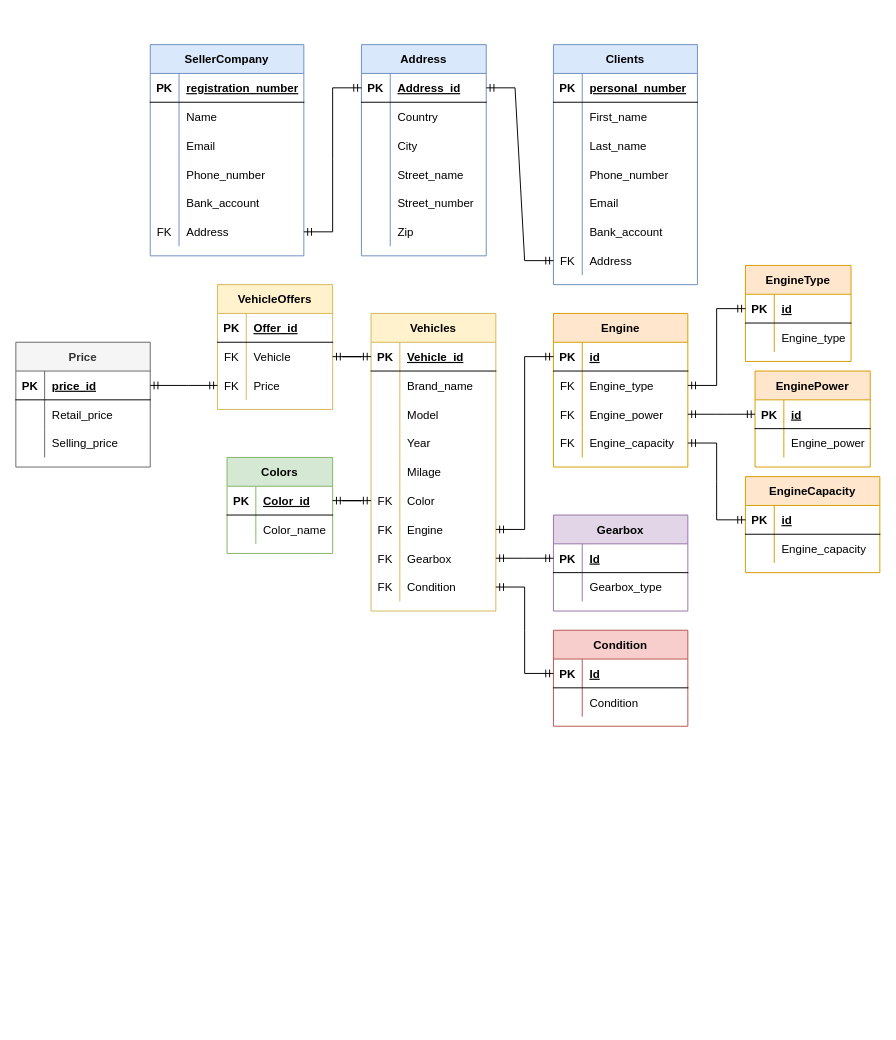
Above: Car Marketplace.drawio in kstekels/Car-Marketplace (draw.io), before the change. Source tidied: cells renumbered, new cells numbered last; positions are measured from the earlier drawing's top-left corner, leaving out a move shared by most shapes. Both pictures are drawn from the tidied source at 96%, with x=0, y=0 at pixel (15, 44).
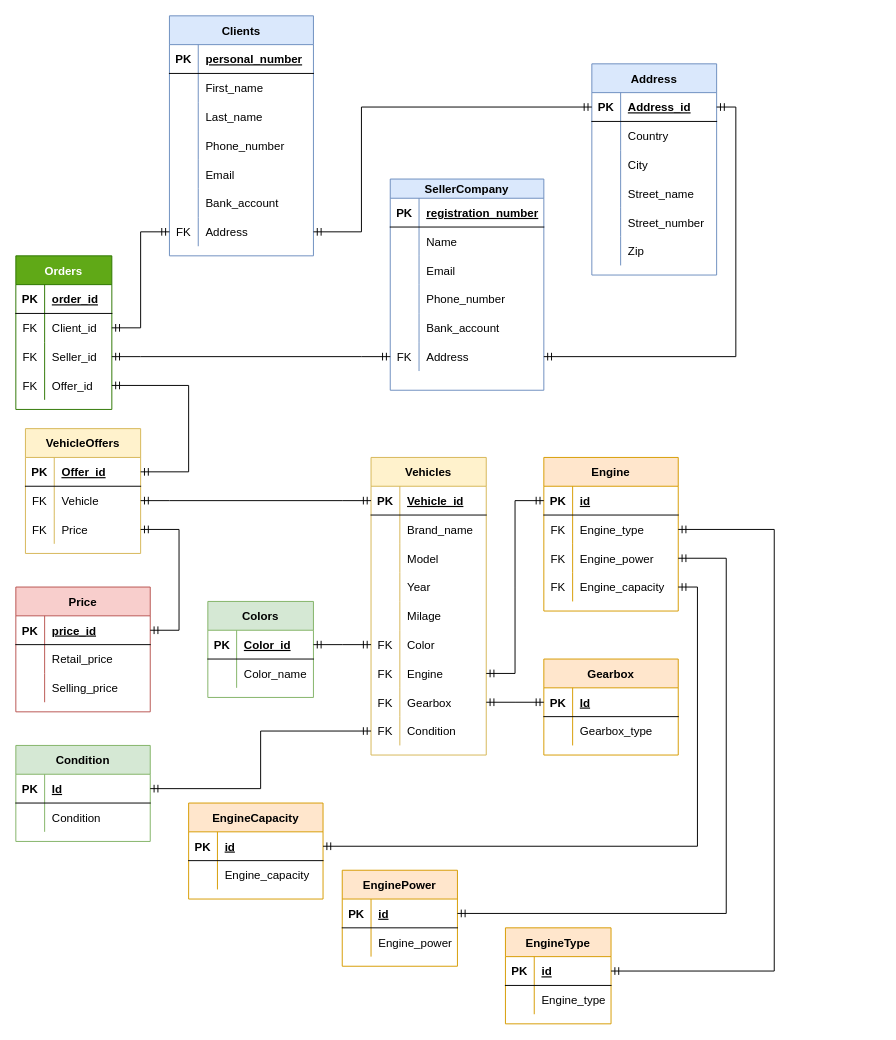
The same diagram, later.

The change refers to these unchanged cells:
```xml
<mxCell id="22" style="shape=partialRectangle;fillColor=none;top=0;left=0;bottom=1;right=0;points=[[0,0.5],[1,0.5]];portConstraint=eastwest;" parent="21" vertex="1">
  <mxGeometry y="30" width="130" height="30" as="geometry" />
</mxCell>
<mxCell id="60" style="shape=partialRectangle;fillColor=none;top=0;left=0;bottom=0;right=0;points=[[0,0.5],[1,0.5]];portConstraint=eastwest;" parent="41" vertex="1">
  <mxGeometry y="210" width="150" height="30" as="geometry" />
</mxCell>
<mxCell id="65" style="shape=partialRectangle;fillColor=none;top=0;left=0;bottom=1;right=0;points=[[0,0.5],[1,0.5]];portConstraint=eastwest;" parent="64" vertex="1">
  <mxGeometry y="30" width="120" height="30" as="geometry" />
</mxCell>
<mxCell id="115" style="shape=partialRectangle;fillColor=none;top=0;left=0;bottom=0;right=0;points=[[0,0.5],[1,0.5]];portConstraint=eastwest;" parent="111" vertex="1">
  <mxGeometry y="60" width="140" height="30" as="geometry" />
</mxCell>
<mxCell id="118" style="shape=partialRectangle;fillColor=none;top=0;left=0;bottom=0;right=0;points=[[0,0.5],[1,0.5]];portConstraint=eastwest;" parent="111" vertex="1">
  <mxGeometry y="90" width="140" height="30" as="geometry" />
</mxCell>
<mxCell id="121" style="shape=partialRectangle;fillColor=none;top=0;left=0;bottom=0;right=0;points=[[0,0.5],[1,0.5]];portConstraint=eastwest;" parent="111" vertex="1">
  <mxGeometry y="120" width="140" height="30" as="geometry" />
</mxCell>
<mxCell id="126" style="shape=partialRectangle;fillColor=none;top=0;left=0;bottom=1;right=0;points=[[0,0.5],[1,0.5]];portConstraint=eastwest;" parent="125" vertex="1">
  <mxGeometry y="30" width="110" height="30" as="geometry" />
</mxCell>
<mxCell id="134" style="shape=partialRectangle;fillColor=none;top=0;left=0;bottom=1;right=0;points=[[0,0.5],[1,0.5]];portConstraint=eastwest;" parent="133" vertex="1">
  <mxGeometry y="30" width="120" height="30" as="geometry" />
</mxCell>
<mxCell id="142" style="shape=partialRectangle;fillColor=none;top=0;left=0;bottom=1;right=0;points=[[0,0.5],[1,0.5]];portConstraint=eastwest;" parent="141" vertex="1">
  <mxGeometry y="30" width="140" height="30" as="geometry" />
</mxCell>
<mxCell id="158" style="shape=partialRectangle;fillColor=none;top=0;left=0;bottom=1;right=0;points=[[0,0.5],[1,0.5]];portConstraint=eastwest;" parent="157" vertex="1">
  <mxGeometry y="30" width="140" height="30" as="geometry" />
</mxCell>
```

Diff of the diagram source:
```diff
@@
-    <mxCell id="2" value="SellerCompany" style="shape=table;startSize=30;childLayout=tableLayout;rowLines=0;fontStyle=1;align=center;fillColor=#dae8fc;strokeColor=#6c8ebf;" parent="1" vertex="1">
-      <mxGeometry x="140" width="160" height="220" as="geometry" />
+    <mxCell id="2" value="SellerCompany" style="shape=table;startSize=20;childLayout=tableLayout;rowLines=0;fontStyle=1;align=center;fillColor=#dae8fc;strokeColor=#6c8ebf;" parent="1" vertex="1">
+      <mxGeometry x="390" y="140" width="160" height="220" as="geometry" />
     </mxCell>
     <mxCell id="3" style="shape=partialRectangle;fillColor=none;top=0;left=0;bottom=1;right=0;" parent="2" vertex="1">
-      <mxGeometry y="30" width="160" height="30" as="geometry" />
+      <mxGeometry y="20" width="160" height="30" as="geometry" />
     </mxCell>
@@
     <mxCell id="6" style="shape=partialRectangle;fillColor=none;top=0;left=0;bottom=0;right=0;" parent="2" vertex="1">
-      <mxGeometry y="60" width="160" height="30" as="geometry" />
+      <mxGeometry y="50" width="160" height="30" as="geometry" />
     </mxCell>
@@
     <mxCell id="9" style="shape=partialRectangle;fillColor=none;top=0;left=0;bottom=0;right=0;" parent="2" vertex="1">
-      <mxGeometry y="90" width="160" height="30" as="geometry" />
+      <mxGeometry y="80" width="160" height="30" as="geometry" />
     </mxCell>
@@
     <mxCell id="12" style="shape=partialRectangle;fillColor=none;top=0;left=0;bottom=0;right=0;" parent="2" vertex="1">
-      <mxGeometry y="120" width="160" height="30" as="geometry" />
+      <mxGeometry y="110" width="160" height="30" as="geometry" />
     </mxCell>
@@
     <mxCell id="15" style="shape=partialRectangle;fillColor=none;top=0;left=0;bottom=0;right=0;" parent="2" vertex="1">
-      <mxGeometry y="150" width="160" height="30" as="geometry" />
+      <mxGeometry y="140" width="160" height="30" as="geometry" />
     </mxCell>
@@
     <mxCell id="18" style="shape=partialRectangle;fillColor=none;top=0;left=0;bottom=0;right=0;points=[[0,0.5],[1,0.5]];portConstraint=eastwest;" parent="2" vertex="1">
-      <mxGeometry y="180" width="160" height="30" as="geometry" />
+      <mxGeometry y="170" width="160" height="30" as="geometry" />
     </mxCell>
@@
     <mxCell id="21" value="Address" style="shape=table;startSize=30;childLayout=tableLayout;rowLines=0;fontStyle=1;align=center;fillColor=#dae8fc;strokeColor=#6c8ebf;" parent="1" vertex="1">
-      <mxGeometry x="360" width="130" height="220" as="geometry" />
+      <mxGeometry x="600" y="20" width="130" height="220" as="geometry" />
     </mxCell>
@@
-    <mxCell id="40" style="edgeStyle=entityRelationEdgeStyle;fontSize=12;html=1;endArrow=ERmandOne;startArrow=ERmandOne;rounded=0;" parent="1" edge="1" source="18" target="22">
-      <mxGeometry relative="1" as="geometry" />
-    </mxCell>
     <mxCell id="41" value="Clients" style="shape=table;startSize=30;childLayout=tableLayout;rowLines=0;fontStyle=1;align=center;fillColor=#dae8fc;strokeColor=#6c8ebf;" parent="1" vertex="1">
-      <mxGeometry x="560" width="150" height="250" as="geometry" />
+      <mxGeometry x="160" y="-30" width="150" height="250" as="geometry" />
     </mxCell>
@@
-    <mxCell id="63" style="edgeStyle=entityRelationEdgeStyle;fontSize=12;html=1;endArrow=ERmandOne;startArrow=ERmandOne;rounded=0;exitX=1;exitY=0.5;exitDx=0;exitDy=0;" parent="1" edge="1" source="22" target="60">
-      <mxGeometry relative="1" as="geometry" />
-    </mxCell>
     <mxCell id="64" value="VehicleOffers" style="shape=table;startSize=30;childLayout=tableLayout;rowLines=0;fontStyle=1;align=center;fillColor=#fff2cc;strokeColor=#d6b656;" parent="1" vertex="1">
-      <mxGeometry x="210" y="250" width="120" height="130" as="geometry" />
+      <mxGeometry x="10" y="400" width="120" height="130" as="geometry" />
     </mxCell>
@@
     <mxCell id="74" value="Vehicles" style="shape=table;startSize=30;childLayout=tableLayout;rowLines=0;fontStyle=1;align=center;fillColor=#fff2cc;strokeColor=#d6b656;" parent="1" vertex="1">
-      <mxGeometry x="370" y="280" width="130" height="310" as="geometry" />
+      <mxGeometry x="370" y="430" width="120" height="310" as="geometry" />
     </mxCell>
     <mxCell id="75" style="shape=partialRectangle;fillColor=none;top=0;left=0;bottom=1;right=0;points=[[0,0.5],[1,0.5]];portConstraint=eastwest;" parent="74" vertex="1">
-      <mxGeometry y="30" width="130" height="30" as="geometry" />
+      <mxGeometry y="30" width="120" height="30" as="geometry" />
     </mxCell>
@@
     <mxCell id="77" value="Vehicle_id" style="shape=partialRectangle;fillColor=none;top=0;left=0;bottom=0;right=0;align=left;spacingLeft=6;fontStyle=5;overflow=hidden;" parent="75" vertex="1">
-      <mxGeometry x="30" width="100" height="30" as="geometry" />
+      <mxGeometry x="30" width="90" height="30" as="geometry" />
     </mxCell>
     <mxCell id="78" style="shape=partialRectangle;fillColor=none;top=0;left=0;bottom=0;right=0;" parent="74" vertex="1">
-      <mxGeometry y="60" width="130" height="30" as="geometry" />
+      <mxGeometry y="60" width="120" height="30" as="geometry" />
     </mxCell>
@@
     <mxCell id="80" value="Brand_name" style="shape=partialRectangle;fillColor=none;top=0;left=0;bottom=0;right=0;align=left;spacingLeft=6;overflow=hidden;" parent="78" vertex="1">
-      <mxGeometry x="30" width="100" height="30" as="geometry" />
+      <mxGeometry x="30" width="90" height="30" as="geometry" />
     </mxCell>
     <mxCell id="81" style="shape=partialRectangle;fillColor=none;top=0;left=0;bottom=0;right=0;" parent="74" vertex="1">
-      <mxGeometry y="90" width="130" height="30" as="geometry" />
+      <mxGeometry y="90" width="120" height="30" as="geometry" />
     </mxCell>
@@
     <mxCell id="83" value="Model" style="shape=partialRectangle;fillColor=none;top=0;left=0;bottom=0;right=0;align=left;spacingLeft=6;overflow=hidden;" parent="81" vertex="1">
-      <mxGeometry x="30" width="100" height="30" as="geometry" />
+      <mxGeometry x="30" width="90" height="30" as="geometry" />
     </mxCell>
     <mxCell id="84" style="shape=partialRectangle;fillColor=none;top=0;left=0;bottom=0;right=0;" parent="74" vertex="1">
-      <mxGeometry y="120" width="130" height="30" as="geometry" />
+      <mxGeometry y="120" width="120" height="30" as="geometry" />
     </mxCell>
@@
     <mxCell id="86" value="Year" style="shape=partialRectangle;fillColor=none;top=0;left=0;bottom=0;right=0;align=left;spacingLeft=6;overflow=hidden;" parent="84" vertex="1">
-      <mxGeometry x="30" width="100" height="30" as="geometry" />
+      <mxGeometry x="30" width="90" height="30" as="geometry" />
     </mxCell>
     <mxCell id="87" style="shape=partialRectangle;fillColor=none;top=0;left=0;bottom=0;right=0;" parent="74" vertex="1">
-      <mxGeometry y="150" width="130" height="30" as="geometry" />
+      <mxGeometry y="150" width="120" height="30" as="geometry" />
     </mxCell>
@@
     <mxCell id="89" value="Milage" style="shape=partialRectangle;fillColor=none;top=0;left=0;bottom=0;right=0;align=left;spacingLeft=6;overflow=hidden;" parent="87" vertex="1">
-      <mxGeometry x="30" width="100" height="30" as="geometry" />
+      <mxGeometry x="30" width="90" height="30" as="geometry" />
     </mxCell>
     <mxCell id="90" style="shape=partialRectangle;fillColor=none;top=0;left=0;bottom=0;right=0;points=[[0,0.5],[1,0.5]];portConstraint=eastwest;" parent="74" vertex="1">
-      <mxGeometry y="180" width="130" height="30" as="geometry" />
+      <mxGeometry y="180" width="120" height="30" as="geometry" />
     </mxCell>
@@
     <mxCell id="92" value="Color" style="shape=partialRectangle;fillColor=none;top=0;left=0;bottom=0;right=0;align=left;spacingLeft=6;fontStyle=0;overflow=hidden;" parent="90" vertex="1">
-      <mxGeometry x="30" width="100" height="30" as="geometry" />
+      <mxGeometry x="30" width="90" height="30" as="geometry" />
     </mxCell>
     <mxCell id="93" style="shape=partialRectangle;fillColor=none;top=0;left=0;bottom=0;right=0;points=[[0,0.5],[1,0.5]];portConstraint=eastwest;" parent="74" vertex="1">
-      <mxGeometry y="210" width="130" height="30" as="geometry" />
+      <mxGeometry y="210" width="120" height="30" as="geometry" />
     </mxCell>
@@
     <mxCell id="95" value="Engine" style="shape=partialRectangle;fillColor=none;top=0;left=0;bottom=0;right=0;align=left;spacingLeft=6;fontStyle=0;overflow=hidden;" parent="93" vertex="1">
-      <mxGeometry x="30" width="100" height="30" as="geometry" />
+      <mxGeometry x="30" width="90" height="30" as="geometry" />
     </mxCell>
     <mxCell id="96" style="shape=partialRectangle;fillColor=none;top=0;left=0;bottom=0;right=0;points=[[0,0.5],[1,0.5]];portConstraint=eastwest;" parent="74" vertex="1">
-      <mxGeometry y="240" width="130" height="30" as="geometry" />
+      <mxGeometry y="240" width="120" height="30" as="geometry" />
     </mxCell>
@@
     <mxCell id="98" value="Gearbox" style="shape=partialRectangle;fillColor=none;top=0;left=0;bottom=0;right=0;align=left;spacingLeft=6;fontStyle=0;overflow=hidden;" parent="96" vertex="1">
-      <mxGeometry x="30" width="100" height="30" as="geometry" />
+      <mxGeometry x="30" width="90" height="30" as="geometry" />
     </mxCell>
     <mxCell id="99" style="shape=partialRectangle;fillColor=none;top=0;left=0;bottom=0;right=0;points=[[0,0.5],[1,0.5]];portConstraint=eastwest;" parent="74" vertex="1">
-      <mxGeometry y="270" width="130" height="30" as="geometry" />
+      <mxGeometry y="270" width="120" height="30" as="geometry" />
     </mxCell>
@@
     <mxCell id="101" value="Condition" style="shape=partialRectangle;fillColor=none;top=0;left=0;bottom=0;right=0;align=left;spacingLeft=6;fontStyle=0;overflow=hidden;" parent="99" vertex="1">
-      <mxGeometry x="30" width="100" height="30" as="geometry" />
+      <mxGeometry x="30" width="90" height="30" as="geometry" />
     </mxCell>
     <mxCell id="102" value="Colors" style="shape=table;startSize=30;childLayout=tableLayout;rowLines=0;fontStyle=1;align=center;fillColor=#d5e8d4;strokeColor=#82b366;" parent="1" vertex="1">
-      <mxGeometry x="220" y="430" width="110" height="100" as="geometry" />
+      <mxGeometry x="200" y="580" width="110" height="100" as="geometry" />
     </mxCell>
@@
     <mxCell id="111" value="Engine" style="shape=table;startSize=30;childLayout=tableLayout;rowLines=0;fontStyle=1;align=center;fillColor=#ffe6cc;strokeColor=#d79b00;" parent="1" vertex="1">
-      <mxGeometry x="560" y="280" width="140" height="160" as="geometry" />
+      <mxGeometry x="550" y="430" width="140" height="160" as="geometry" />
     </mxCell>
@@
     <mxCell id="125" value="EngineType" style="shape=table;startSize=30;childLayout=tableLayout;rowLines=0;fontStyle=1;align=center;fillColor=#ffe6cc;strokeColor=#d79b00;" parent="1" vertex="1">
-      <mxGeometry x="760" y="230" width="110" height="100" as="geometry" />
+      <mxGeometry x="510" y="920" width="110" height="100" as="geometry" />
     </mxCell>
@@
-    <mxCell id="132" style="edgeStyle=entityRelationEdgeStyle;fontSize=12;html=1;endArrow=ERmandOne;startArrow=ERmandOne;rounded=0;" parent="1" edge="1" source="115" target="126">
-      <mxGeometry relative="1" as="geometry" />
+    <mxCell id="132" style="edgeStyle=elbowEdgeStyle;fontSize=12;html=1;endArrow=ERmandOne;startArrow=ERmandOne;rounded=0;" parent="1" edge="1" source="115" target="126">
+      <mxGeometry relative="1" as="geometry">
+        <Array as="points">
+          <mxPoint x="790" y="720" />
+        </Array>
+      </mxGeometry>
     </mxCell>
     <mxCell id="133" value="EnginePower" style="shape=table;startSize=30;childLayout=tableLayout;rowLines=0;fontStyle=1;align=center;fillColor=#ffe6cc;strokeColor=#d79b00;" parent="1" vertex="1">
-      <mxGeometry x="770" y="340" width="120" height="100" as="geometry" />
+      <mxGeometry x="340" y="860" width="120" height="100" as="geometry" />
     </mxCell>
@@
-    <mxCell id="140" style="edgeStyle=entityRelationEdgeStyle;fontSize=12;html=1;endArrow=ERmandOne;startArrow=ERmandOne;rounded=0;" parent="1" edge="1" source="118" target="134">
-      <mxGeometry relative="1" as="geometry" />
+    <mxCell id="140" style="edgeStyle=elbowEdgeStyle;fontSize=12;html=1;endArrow=ERmandOne;startArrow=ERmandOne;rounded=0;" parent="1" edge="1" source="118" target="134">
+      <mxGeometry relative="1" as="geometry">
+        <Array as="points">
+          <mxPoint x="740" y="730" />
+        </Array>
+      </mxGeometry>
     </mxCell>
     <mxCell id="141" value="EngineCapacity" style="shape=table;startSize=30;childLayout=tableLayout;rowLines=0;fontStyle=1;align=center;fillColor=#ffe6cc;strokeColor=#d79b00;" parent="1" vertex="1">
-      <mxGeometry x="760" y="450" width="140" height="100" as="geometry" />
+      <mxGeometry x="180" y="790" width="140" height="100" as="geometry" />
     </mxCell>
@@
-    <mxCell id="148" style="edgeStyle=entityRelationEdgeStyle;fontSize=12;html=1;endArrow=ERmandOne;startArrow=ERmandOne;rounded=0;" parent="1" edge="1" source="121" target="142">
-      <mxGeometry relative="1" as="geometry" />
+    <mxCell id="148" style="edgeStyle=elbowEdgeStyle;fontSize=12;html=1;endArrow=ERmandOne;startArrow=ERmandOne;rounded=0;exitX=1;exitY=0.5;exitDx=0;exitDy=0;entryX=1;entryY=0.5;entryDx=0;entryDy=0;" parent="1" edge="1" source="121" target="142">
+      <mxGeometry relative="1" as="geometry">
+        <Array as="points">
+          <mxPoint x="710" y="690" />
+        </Array>
+      </mxGeometry>
     </mxCell>
-    <mxCell id="149" value="Gearbox" style="shape=table;startSize=30;childLayout=tableLayout;rowLines=0;fontStyle=1;align=center;fillColor=#e1d5e7;strokeColor=#9673a6;" parent="1" vertex="1">
-      <mxGeometry x="560" y="490" width="140" height="100" as="geometry" />
+    <mxCell id="149" value="Gearbox" style="shape=table;startSize=30;childLayout=tableLayout;rowLines=0;fontStyle=1;align=center;fillColor=#ffe6cc;strokeColor=#d79b00;" parent="1" vertex="1">
+      <mxGeometry x="550" y="640" width="140" height="100" as="geometry" />
     </mxCell>
@@
-    <mxCell id="157" value="Condition" style="shape=table;startSize=30;childLayout=tableLayout;rowLines=0;fontStyle=1;align=center;fillColor=#f8cecc;strokeColor=#b85450;" parent="1" vertex="1">
-      <mxGeometry x="560" y="610" width="140" height="100" as="geometry" />
+    <mxCell id="157" value="Condition" style="shape=table;startSize=30;childLayout=tableLayout;rowLines=0;fontStyle=1;align=center;fillColor=#d5e8d4;strokeColor=#82b366;" parent="1" vertex="1">
+      <mxGeometry y="730" width="140" height="100" as="geometry" />
     </mxCell>
@@
-    <mxCell id="164" style="edgeStyle=entityRelationEdgeStyle;fontSize=12;html=1;endArrow=ERmandOne;startArrow=ERmandOne;rounded=0;" parent="1" edge="1" source="99" target="158">
+    <mxCell id="164" style="edgeStyle=elbowEdgeStyle;fontSize=12;html=1;endArrow=ERmandOne;startArrow=ERmandOne;rounded=0;" parent="1" edge="1" source="99" target="158">
       <mxGeometry relative="1" as="geometry" />
     </mxCell>
-    <mxCell id="165" value="Price" style="shape=table;startSize=30;childLayout=tableLayout;rowLines=0;fontStyle=1;align=center;fillColor=#f5f5f5;strokeColor=#666666;fontColor=#333333;" parent="1" vertex="1">
-      <mxGeometry y="310" width="140" height="130" as="geometry" />
+    <mxCell id="165" value="Price" style="shape=table;startSize=30;childLayout=tableLayout;rowLines=0;fontStyle=1;align=center;fillColor=#f8cecc;strokeColor=#b85450;" parent="1" vertex="1">
+      <mxGeometry y="565" width="140" height="130" as="geometry" />
     </mxCell>
@@
+    <mxCell id="176" value="Orders" style="shape=table;startSize=30;childLayout=tableLayout;rowLines=0;fontStyle=1;align=center;fillColor=#60a917;fontColor=#ffffff;strokeColor=#2D7600;" parent="1" vertex="1">
+      <mxGeometry y="220" width="100" height="160" as="geometry" />
+    </mxCell>
+    <mxCell id="177" style="shape=partialRectangle;fillColor=none;top=0;left=0;bottom=1;right=0;" parent="176" vertex="1">
+      <mxGeometry y="30" width="100" height="30" as="geometry" />
+    </mxCell>
+    <mxCell id="178" value="PK" style="shape=partialRectangle;fillColor=none;top=0;left=0;bottom=0;right=0;fontStyle=1;overflow=hidden;" parent="177" vertex="1">
+      <mxGeometry width="30" height="30" as="geometry" />
+    </mxCell>
+    <mxCell id="179" value="order_id" style="shape=partialRectangle;fillColor=none;top=0;left=0;bottom=0;right=0;align=left;spacingLeft=6;fontStyle=5;overflow=hidden;" parent="177" vertex="1">
+      <mxGeometry x="30" width="70" height="30" as="geometry" />
+    </mxCell>
+    <mxCell id="180" style="shape=partialRectangle;fillColor=none;top=0;left=0;bottom=0;right=0;points=[[0,0.5],[1,0.5]];portConstraint=eastwest;" parent="176" vertex="1">
+      <mxGeometry y="60" width="100" height="30" as="geometry" />
+    </mxCell>
+    <mxCell id="181" value="FK" style="shape=partialRectangle;fillColor=none;top=0;left=0;bottom=0;right=0;fontStyle=0;overflow=hidden;" parent="180" vertex="1">
+      <mxGeometry width="30" height="30" as="geometry" />
+    </mxCell>
+    <mxCell id="182" value="Client_id" style="shape=partialRectangle;fillColor=none;top=0;left=0;bottom=0;right=0;align=left;spacingLeft=6;fontStyle=0;overflow=hidden;" parent="180" vertex="1">
+      <mxGeometry x="30" width="70" height="30" as="geometry" />
+    </mxCell>
+    <mxCell id="183" style="shape=partialRectangle;fillColor=none;top=0;left=0;bottom=0;right=0;points=[[0,0.5],[1,0.5]];portConstraint=eastwest;" parent="176" vertex="1">
+      <mxGeometry y="90" width="100" height="30" as="geometry" />
+    </mxCell>
+    <mxCell id="184" value="FK" style="shape=partialRectangle;fillColor=none;top=0;left=0;bottom=0;right=0;fontStyle=0;overflow=hidden;" parent="183" vertex="1">
+      <mxGeometry width="30" height="30" as="geometry" />
+    </mxCell>
+    <mxCell id="185" value="Seller_id" style="shape=partialRectangle;fillColor=none;top=0;left=0;bottom=0;right=0;align=left;spacingLeft=6;fontStyle=0;overflow=hidden;" parent="183" vertex="1">
+      <mxGeometry x="30" width="70" height="30" as="geometry" />
+    </mxCell>
+    <mxCell id="186" style="shape=partialRectangle;fillColor=none;top=0;left=0;bottom=0;right=0;points=[[0,0.5],[1,0.5]];portConstraint=eastwest;" parent="176" vertex="1">
+      <mxGeometry y="120" width="100" height="30" as="geometry" />
+    </mxCell>
+    <mxCell id="187" value="FK" style="shape=partialRectangle;fillColor=none;top=0;left=0;bottom=0;right=0;fontStyle=0;overflow=hidden;" parent="186" vertex="1">
+      <mxGeometry width="30" height="30" as="geometry" />
+    </mxCell>
+    <mxCell id="188" value="Offer_id" style="shape=partialRectangle;fillColor=none;top=0;left=0;bottom=0;right=0;align=left;spacingLeft=6;fontStyle=0;overflow=hidden;" parent="186" vertex="1">
+      <mxGeometry x="30" width="70" height="30" as="geometry" />
+    </mxCell>
+    <mxCell id="189" style="edgeStyle=elbowEdgeStyle;fontSize=12;html=1;endArrow=ERmandOne;startArrow=ERmandOne;rounded=0;entryX=1;entryY=0.5;entryDx=0;entryDy=0;exitX=1;exitY=0.5;exitDx=0;exitDy=0;" parent="1" edge="1" source="65" target="186">
+      <mxGeometry relative="1" as="geometry">
+        <Array as="points">
+          <mxPoint x="180" y="360" />
+        </Array>
+      </mxGeometry>
+    </mxCell>
+    <mxCell id="40" style="edgeStyle=elbowEdgeStyle;fontSize=12;html=1;endArrow=ERmandOne;startArrow=ERmandOne;rounded=0;entryX=1;entryY=0.5;entryDx=0;entryDy=0;" parent="1" edge="1" source="18" target="22">
+      <mxGeometry relative="1" as="geometry">
+        <Array as="points">
+          <mxPoint x="750" y="160" />
+        </Array>
+      </mxGeometry>
+    </mxCell>
+    <mxCell id="190" style="edgeStyle=elbowEdgeStyle;fontSize=12;html=1;endArrow=ERmandOne;startArrow=ERmandOne;rounded=0;entryX=0;entryY=0.5;entryDx=0;entryDy=0;" parent="1" edge="1" source="60" target="22">
+      <mxGeometry relative="1" as="geometry">
+        <Array as="points">
+          <mxPoint x="360" y="100" />
+        </Array>
+      </mxGeometry>
+    </mxCell>
+    <mxCell id="191" style="edgeStyle=entityRelationEdgeStyle;fontSize=12;html=1;endArrow=ERmandOne;startArrow=ERmandOne;rounded=0;" parent="1" edge="1" source="183" target="18">
+      <mxGeometry relative="1" as="geometry" />
+    </mxCell>
+    <mxCell id="192" style="edgeStyle=elbowEdgeStyle;fontSize=12;html=1;endArrow=ERmandOne;startArrow=ERmandOne;rounded=0;" parent="1" edge="1" source="180" target="60">
+      <mxGeometry relative="1" as="geometry" />
+    </mxCell>
```
